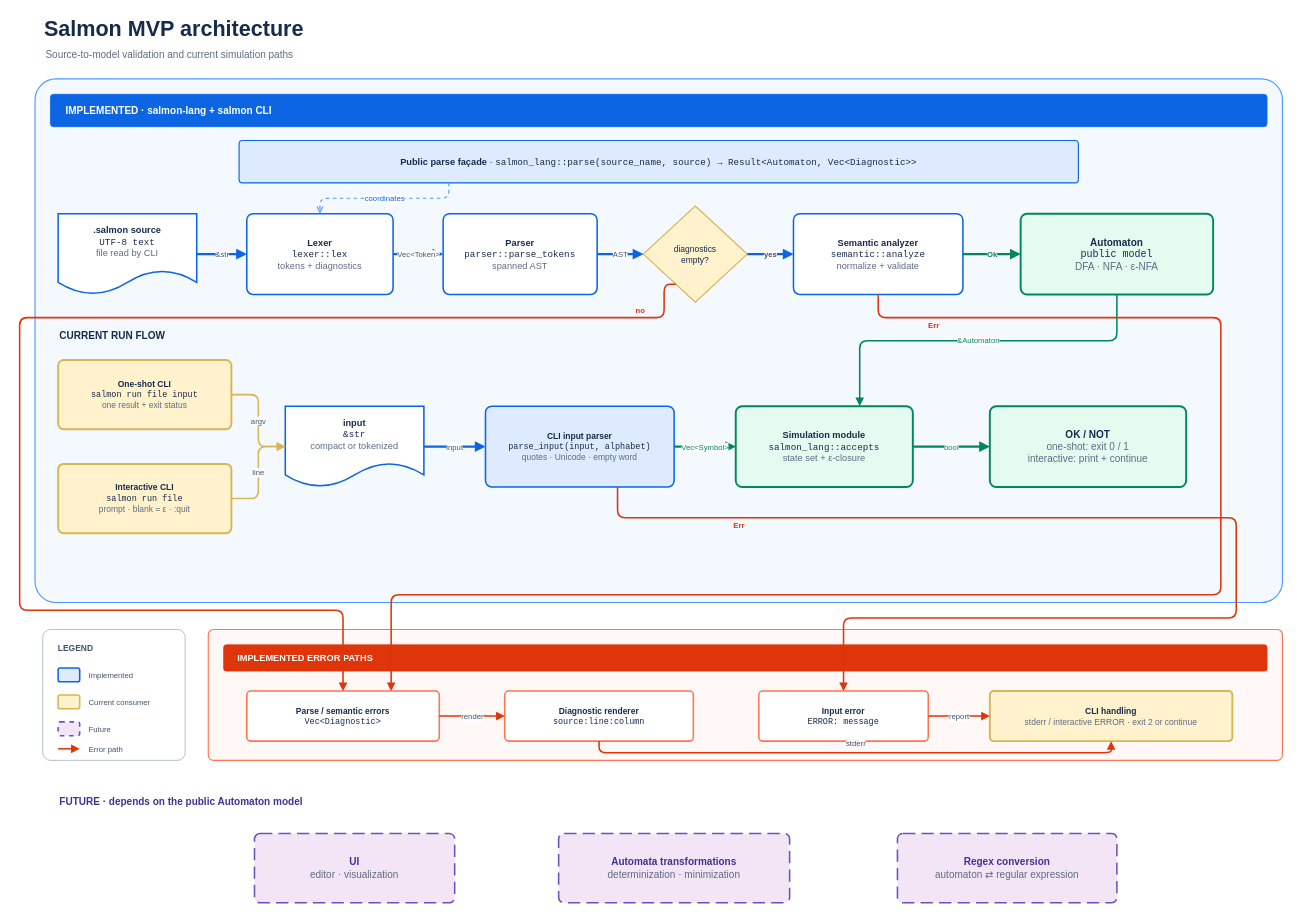
This is docs/diagrams/architecture.drawio from Matias-Sanmiguel/Salmon, a draw.io file, before an edit. Source tidied: cells renumbered, new cells numbered last; positions are measured from the earlier drawing's top-left corner, leaving out a move shared by most shapes. Both pictures are drawn from the tidied source at 77%, with x=0, y=0 at pixel (19, 13).
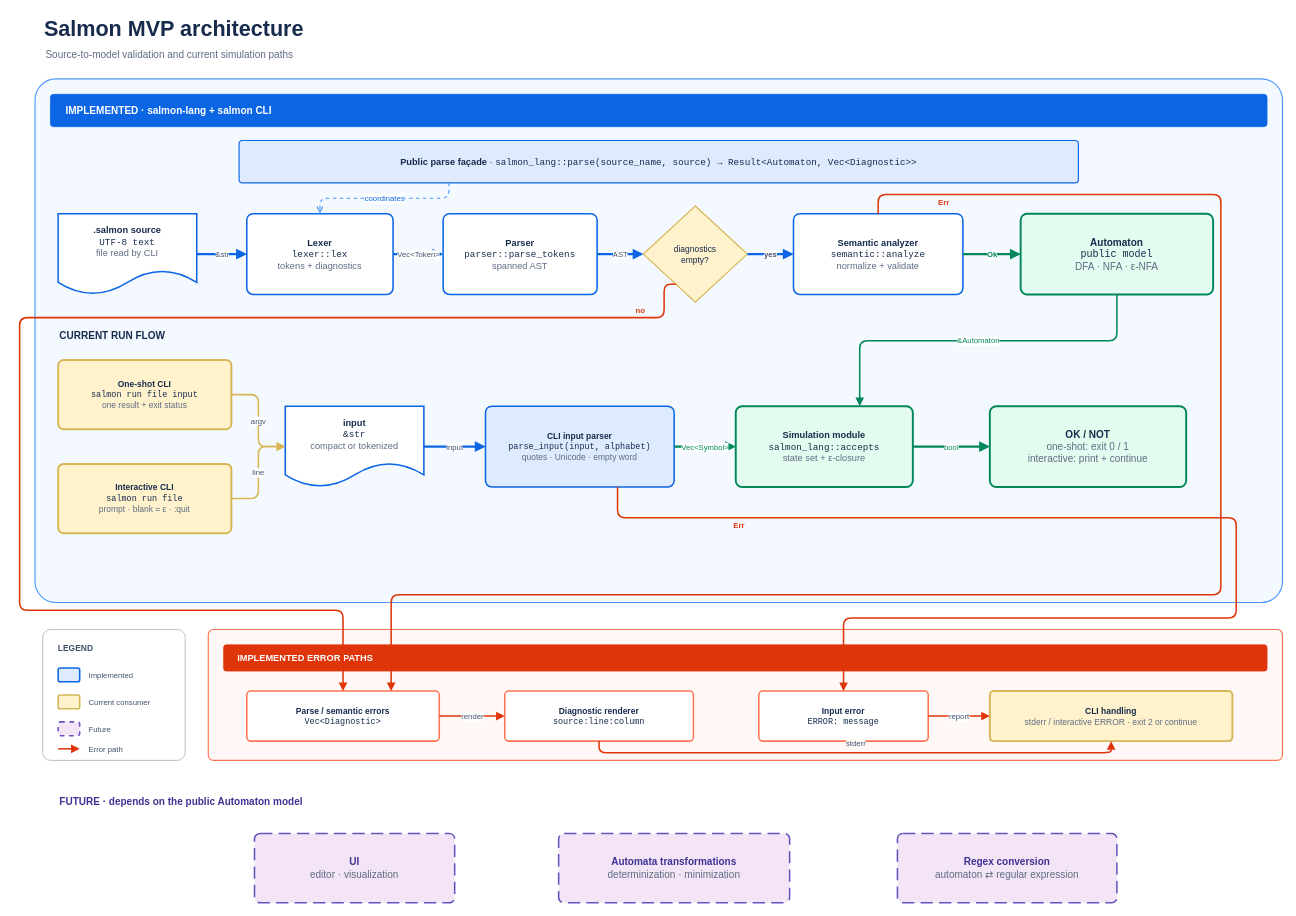
The same page after the edit.

Unchanged cells that the change refers to:
```xml
<mxCell id="11" value="&lt;b&gt;Semantic analyzer&lt;/b&gt;&lt;br&gt;&lt;font face=&quot;monospace&quot;&gt;semantic::analyze&lt;/font&gt;&lt;br&gt;&lt;font color=&quot;#5E6C84&quot;&gt;normalize + validate&lt;/font&gt;" style="rounded=1;whiteSpace=wrap;html=1;fillColor=#FFFFFF;strokeColor=#0C66E4;strokeWidth=2;fontColor=#172B4D;fontSize=12;align=center;verticalAlign=middle;spacing=8;arcSize=8;" parent="1" vertex="1">
  <mxGeometry x="1005" y="260" width="220" height="105" as="geometry" />
</mxCell>
<mxCell id="44" value="&lt;b&gt;Parse / semantic errors&lt;/b&gt;&lt;br&gt;&lt;font face=&quot;monospace&quot;&gt;Vec&amp;lt;Diagnostic&amp;gt;&lt;/font&gt;" style="rounded=1;whiteSpace=wrap;html=1;fillColor=#FFFFFF;strokeColor=#FF7452;strokeWidth=2;fontColor=#172B4D;fontSize=11;align=center;verticalAlign=middle;spacing=8;arcSize=8;" parent="1" vertex="1">
  <mxGeometry x="295" y="880" width="250" height="65" as="geometry" />
</mxCell>
```

What changed in the source:
```diff
@@
-    <mxCell id="49" value="Err" style="edgeStyle=orthogonalEdgeStyle;rounded=1;html=1;strokeColor=#DE350B;strokeWidth=2;endArrow=block;endFill=1;fontSize=10;fontStyle=1;fontColor=#DE350B;labelBackgroundColor=#F4F8FF;exitX=0.5;exitY=1;entryX=0.75;entryY=0;" parent="1" edge="1" source="11" target="44">
+    <mxCell id="49" value="Err" style="edgeStyle=orthogonalEdgeStyle;rounded=1;html=1;strokeColor=#DE350B;strokeWidth=2;endArrow=block;endFill=1;fontSize=10;fontStyle=1;fontColor=#DE350B;labelBackgroundColor=#F4F8FF;exitX=0.5;exitY=0;entryX=0.75;entryY=0;" parent="1" edge="1" source="11" target="44">
       <mxGeometry x="-0.9" y="-10" relative="1" as="geometry">
         <Array as="points">
-          <mxPoint x="1115" y="395" />
-          <mxPoint x="1560" y="395" />
+          <mxPoint x="1115" y="235" />
+          <mxPoint x="1560" y="235" />
           <mxPoint x="1560" y="755" />
           <mxPoint x="482" y="755" />
         </Array>
       </mxGeometry>
     </mxCell>
```
